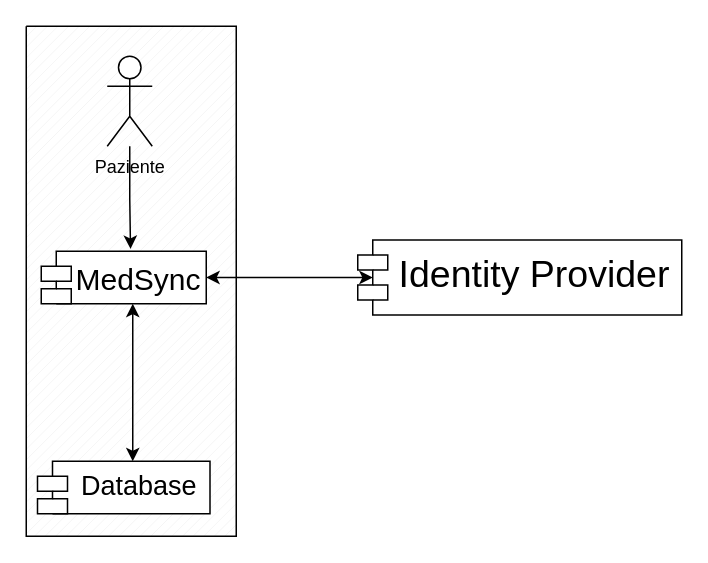
This is page "deployment" (5 of 5) of DiagrammiMedSync.drawio from frncscrlnd/MedSync-Sistema-di-Gestione-Appuntamenti-e-Documentazione-Medica, a draw.io file, before an edit. Source tidied: cells renumbered, new cells numbered last; positions are measured from the earlier drawing's top-left corner, leaving out a move shared by most shapes. Both pictures are drawn from the tidied source at 150%, with x=0, y=0 at pixel (26, 26).
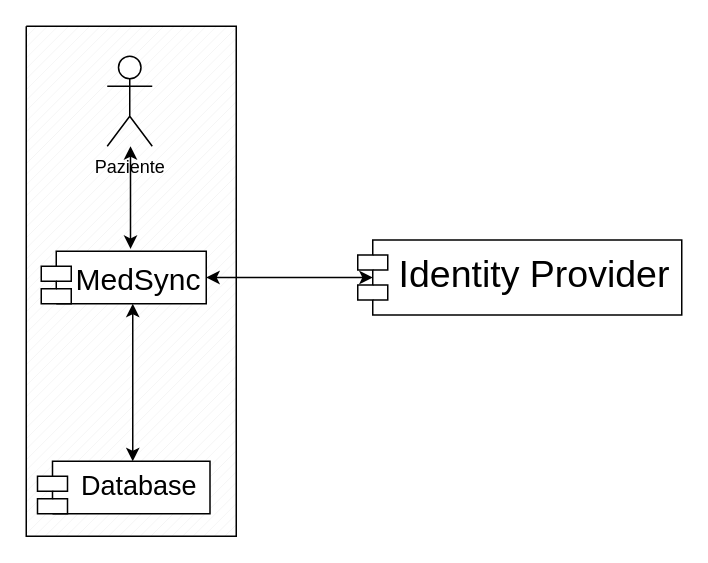
The same diagram, later.

Change to the diagram source:
```diff
@@
 <mxGraphModel>
   <root>
     <mxCell id="0" />
     <mxCell id="1" parent="0" />
     <mxCell id="2" style="verticalLabelPosition=bottom;verticalAlign=top;html=1;shape=mxgraph.basic.patternFillRect;fillStyle=diag;step=5;fillStrokeWidth=0.2;fillStrokeColor=#dddddd;" parent="1" vertex="1">
       <mxGeometry width="140" height="340" as="geometry" />
     </mxCell>
     <mxCell id="3" style="edgeStyle=orthogonalEdgeStyle;rounded=0;jettySize=auto;html=1;startArrow=classic;startFill=1;" parent="1" edge="1" source="4" target="7">
       <mxGeometry relative="1" as="geometry">
         <Array as="points">
           <mxPoint x="71" y="245" />
           <mxPoint x="71" y="245" />
         </Array>
       </mxGeometry>
     </mxCell>
     <mxCell id="4" value="&lt;font style=&quot;font-size: 20px;&quot;&gt;MedSync&lt;/font&gt;" style="shape=module;align=left;spacingLeft=20;align=center;verticalAlign=top;whiteSpace=wrap;html=1;" parent="1" vertex="1">
       <mxGeometry x="10" y="150" width="110" height="35" as="geometry" />
     </mxCell>
-    <mxCell id="5" style="edgeStyle=orthogonalEdgeStyle;rounded=0;jettySize=auto;html=1;entryX=0.541;entryY=-0.044;entryDx=0;entryDy=0;entryPerimeter=0;endArrow=classic;endFill=1;startArrow=none;startFill=0;" parent="1" edge="1" source="9" target="4">
-      <mxGeometry relative="1" as="geometry" />
+    <mxCell id="5" style="edgeStyle=orthogonalEdgeStyle;rounded=0;jettySize=auto;html=1;entryX=0.541;entryY=-0.044;entryDx=0;entryDy=0;entryPerimeter=0;endArrow=classic;endFill=1;startArrow=classic;startFill=1;" parent="1" edge="1" source="9" target="4">
+      <mxGeometry relative="1" as="geometry">
+        <Array as="points">
+          <mxPoint x="69" y="120" />
+        </Array>
+      </mxGeometry>
     </mxCell>
     <mxCell id="6" value="&lt;span style=&quot;font-size: 25px;&quot;&gt;Identity Provider&lt;/span&gt;" style="shape=module;align=left;spacingLeft=20;align=center;verticalAlign=top;whiteSpace=wrap;html=1;" parent="1" vertex="1">
       <mxGeometry x="221" y="142.5" width="216" height="50" as="geometry" />
     </mxCell>
     <mxCell id="7" value="&lt;font style=&quot;font-size: 18px;&quot;&gt;Database&lt;/font&gt;" style="shape=module;align=left;spacingLeft=20;align=center;verticalAlign=top;whiteSpace=wrap;html=1;" parent="1" vertex="1">
       <mxGeometry x="7.5" y="290" width="115" height="35" as="geometry" />
     </mxCell>
     <mxCell id="8" style="edgeStyle=orthogonalEdgeStyle;rounded=0;jettySize=auto;html=1;entryX=0;entryY=0.5;entryDx=10;entryDy=0;entryPerimeter=0;startArrow=classic;startFill=1;" parent="1" edge="1" source="4" target="6">
       <mxGeometry relative="1" as="geometry" />
     </mxCell>
     <mxCell id="9" value="Paziente" style="shape=umlActor;verticalLabelPosition=bottom;verticalAlign=top;html=1;outlineConnect=0;" parent="1" vertex="1">
       <mxGeometry x="54" y="20" width="30" height="60" as="geometry" />
     </mxCell>
   </root>
 </mxGraphModel>
```
